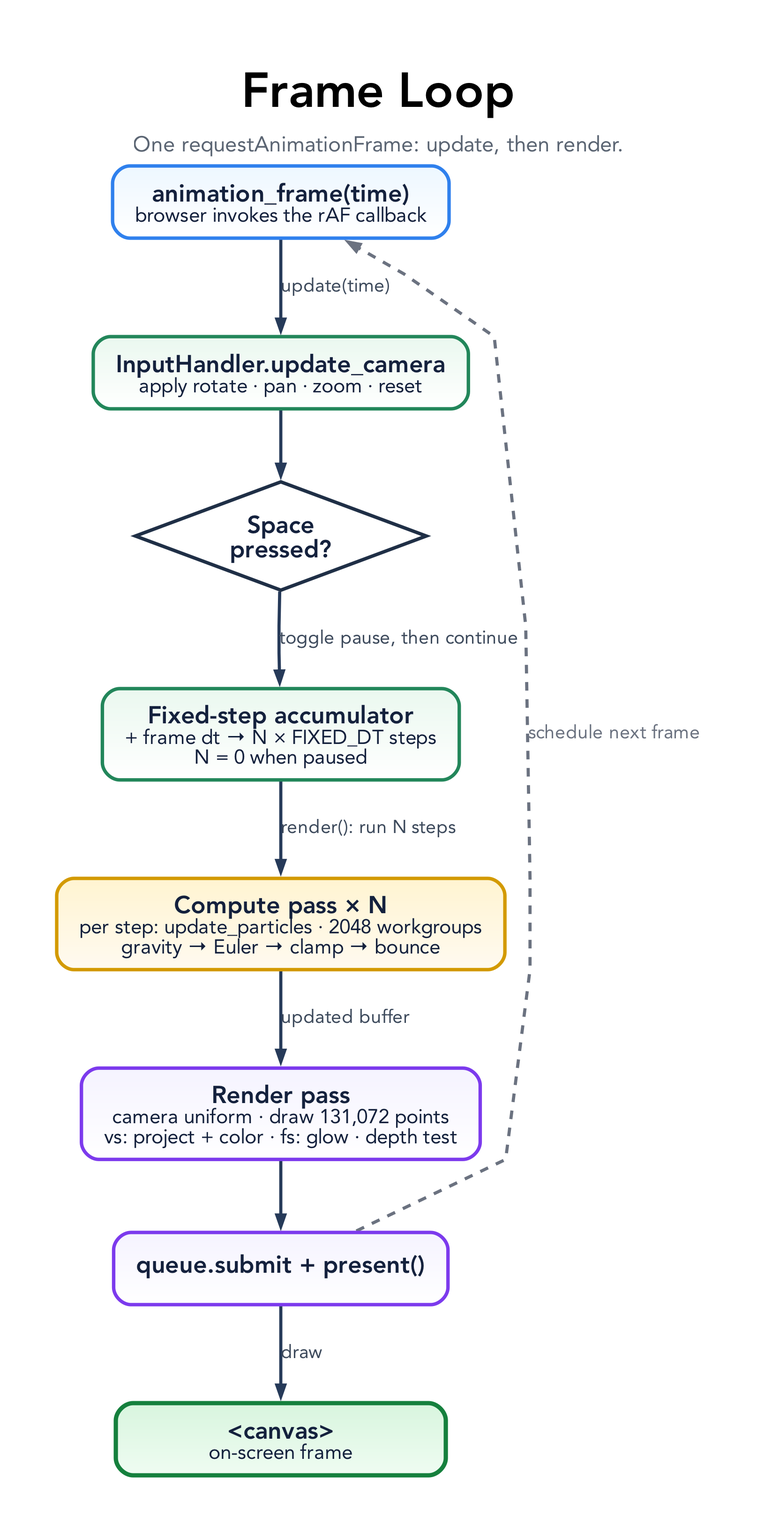
Earlier version of the Graphviz export docs/diagrams/frame-loop.png (tre-systems/galacto). Its source is kept beside it as docs/diagrams/frame-loop.dot.
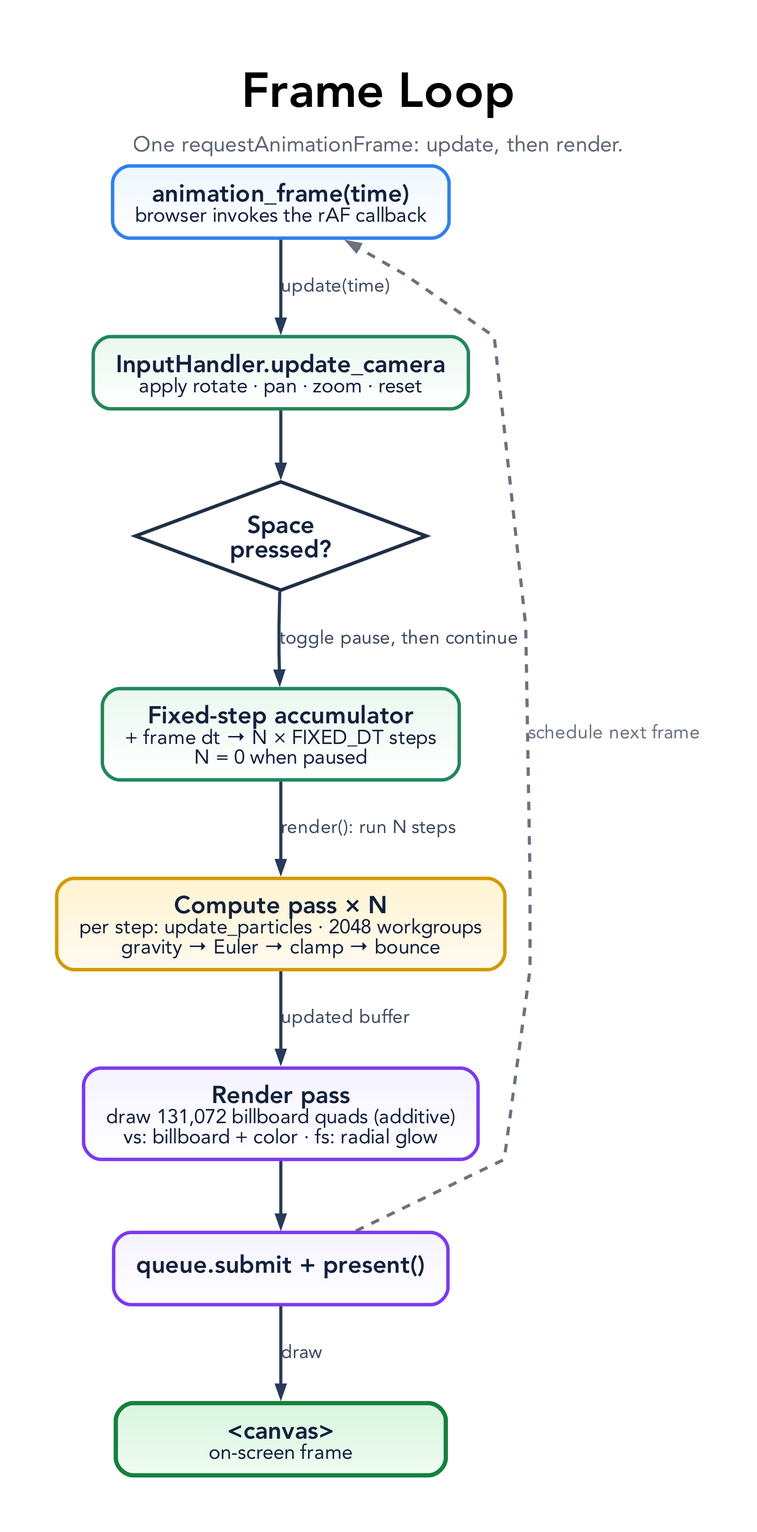
After the change.

Commit message:
docs: sync rendering docs/diagrams to additive billboards

Change to the diagram source:
```diff
@@ -51,7 +51,7 @@
   U3 [label=<<B>Fixed-step accumulator</B><BR/><FONT POINT-SIZE="14">+ frame dt → N × FIXED_DT steps<BR/>N = 0 when paused</FONT>>, fillcolor="#eaf8ef:#ffffff", color="#22865a"];
 
   CP [label=<<B>Compute pass × N</B><BR/><FONT POINT-SIZE="14">per step: update_particles · 2048 workgroups<BR/>gravity → Euler → clamp → bounce</FONT>>, fillcolor="#fff4d1:#fffaf0", color="#d39a00"];
-  RP [label=<<B>Render pass</B><BR/><FONT POINT-SIZE="14">camera uniform · draw 131,072 points<BR/>vs: project + color · fs: glow · depth test</FONT>>, fillcolor="#f5f3ff:#ffffff", color="#7c3aed"];
+  RP [label=<<B>Render pass</B><BR/><FONT POINT-SIZE="14">draw 131,072 billboard quads (additive)<BR/>vs: billboard + color · fs: radial glow</FONT>>, fillcolor="#f5f3ff:#ffffff", color="#7c3aed"];
   PRES [label=<<B>queue.submit + present()</B>>, fillcolor="#f5f3ff:#ffffff", color="#7c3aed"];
 
   CANVAS [label=<<B>&lt;canvas&gt;</B><BR/><FONT POINT-SIZE="14">on-screen frame</FONT>>, fillcolor="#d8f5de:#effcf2", color="#15803d", penwidth=3.0];
```
